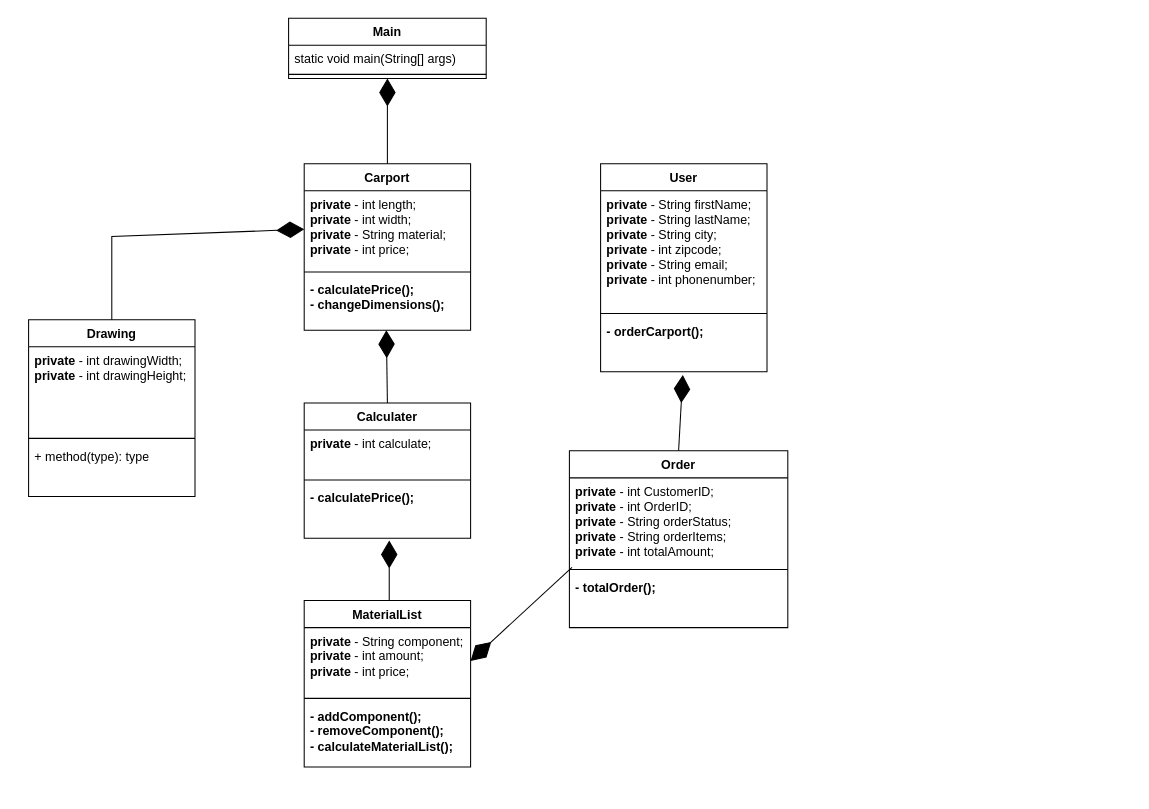
This is src/main/resources/diagrams/Classdiagrams/class diagram.drawio from RodneyMuyanga/2.-semesterprojekt-FOG, a draw.io file, before an edit. Source tidied: cells renumbered, new cells numbered last; positions are measured from the earlier drawing's top-left corner, leaving out a move shared by most shapes. Both pictures are drawn from the tidied source at 104%, with x=0, y=0 at pixel (28, 18).
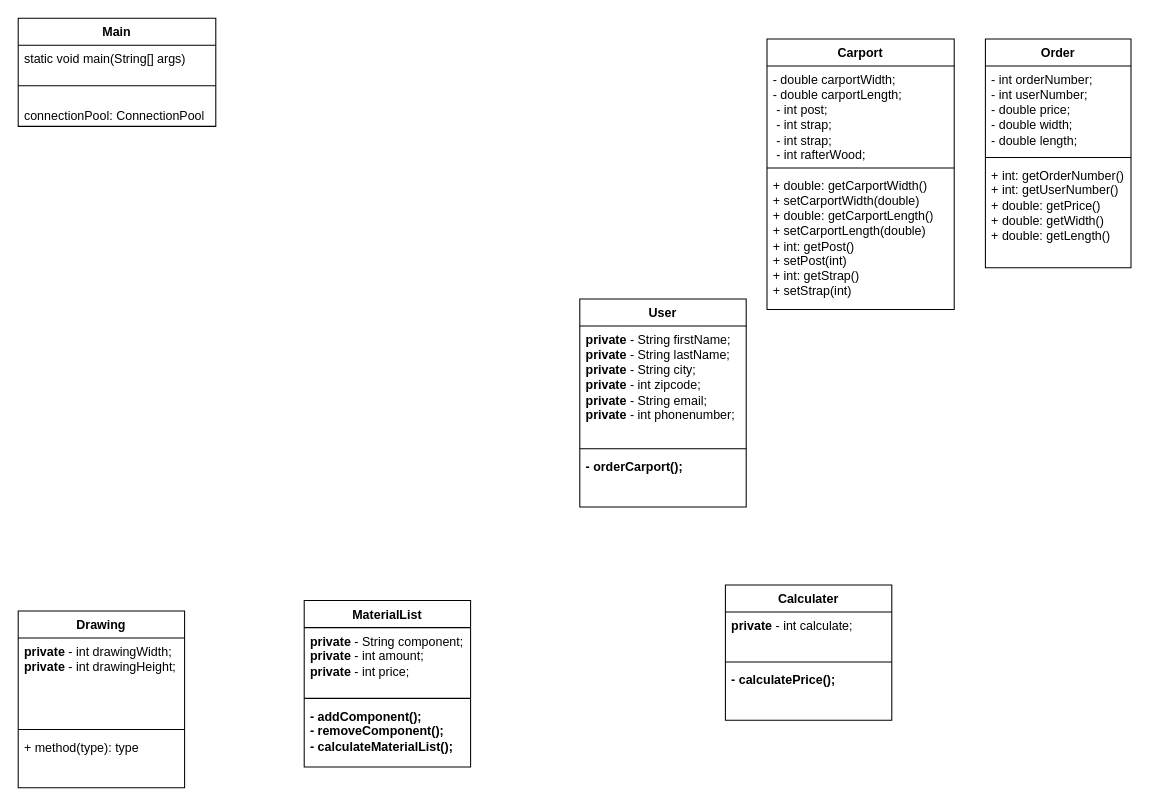
After the change.

Unchanged cells that the change refers to:
```xml
<mxCell id="9" value="&lt;b&gt;- orderCarport();&lt;/b&gt;" style="text;strokeColor=none;fillColor=none;align=left;verticalAlign=top;spacingLeft=4;spacingRight=4;overflow=hidden;points=[[0,0.5],[1,0.5]];portConstraint=eastwest;whiteSpace=wrap;html=1;" parent="6" vertex="1">
  <mxGeometry y="148" width="160" height="52" as="geometry" />
</mxCell>
<mxCell id="10" value="MaterialList" style="swimlane;fontStyle=1;align=center;verticalAlign=top;horizontal=1;startSize=26;whiteSpace=wrap;html=1;" parent="1" vertex="1">
  <mxGeometry x="265" y="560" width="160" height="160" as="geometry" />
</mxCell>
<mxCell id="11" value="&lt;div&gt;&lt;b&gt;private&lt;/b&gt; - String component;&lt;/div&gt;&lt;div&gt;&lt;div&gt;&lt;b&gt;private&lt;/b&gt; - int amount;&lt;/div&gt;&lt;div&gt;&lt;div&gt;&lt;b&gt;private&lt;/b&gt; - int price;&lt;div&gt;&lt;br&gt;&lt;/div&gt;&lt;/div&gt;&lt;/div&gt;&lt;/div&gt;&lt;div&gt;&lt;br&gt;&lt;/div&gt;" style="text;strokeColor=none;fillColor=none;align=left;verticalAlign=top;spacingLeft=4;spacingRight=4;overflow=hidden;points=[[0,0.5],[1,0.5]];portConstraint=eastwest;whiteSpace=wrap;html=1;" parent="10" vertex="1">
  <mxGeometry y="26" width="160" height="64" as="geometry" />
</mxCell>
<mxCell id="17" value="&lt;b&gt;- calculatePrice();&lt;br&gt;&lt;/b&gt;" style="text;strokeColor=none;fillColor=none;align=left;verticalAlign=top;spacingLeft=4;spacingRight=4;overflow=hidden;points=[[0,0.5],[1,0.5]];portConstraint=eastwest;whiteSpace=wrap;html=1;" parent="14" vertex="1">
  <mxGeometry y="78" width="160" height="52" as="geometry" />
</mxCell>
```

Diff of the diagram source:
```diff
@@
     <mxCell id="2" value="Carport" style="swimlane;fontStyle=1;align=center;verticalAlign=top;horizontal=1;startSize=26;whiteSpace=wrap;html=1;" parent="1" vertex="1">
-      <mxGeometry x="265" y="140" width="160" height="160" as="geometry" />
+      <mxGeometry x="710" y="20" width="180" height="260" as="geometry" />
     </mxCell>
-    <mxCell id="3" value="&lt;div&gt;&lt;b&gt;private&lt;/b&gt; - int length;&lt;/div&gt;&lt;div&gt;&lt;div&gt;&lt;b&gt;private&lt;/b&gt; - int width;&lt;/div&gt;&lt;div&gt;&lt;div&gt;&lt;b&gt;private&lt;/b&gt; - String material;&lt;br&gt;&lt;/div&gt;&lt;div&gt;&lt;div&gt;&lt;b&gt;private&lt;/b&gt; - int price;&lt;/div&gt;&lt;div&gt;&lt;br&gt;&lt;/div&gt;&lt;/div&gt;&lt;/div&gt;&lt;/div&gt;&lt;div&gt;&lt;br&gt;&lt;/div&gt;" style="text;strokeColor=none;fillColor=none;align=left;verticalAlign=top;spacingLeft=4;spacingRight=4;overflow=hidden;points=[[0,0.5],[1,0.5]];portConstraint=eastwest;whiteSpace=wrap;html=1;" parent="2" vertex="1">
-      <mxGeometry y="26" width="160" height="74" as="geometry" />
+    <mxCell id="3" value="- double carportWidth;&lt;br&gt;&lt;div&gt;&lt;div&gt;- double carportLength;&lt;br&gt;&lt;/div&gt;&lt;div&gt;&lt;div&gt;&amp;nbsp;- int post;&lt;br&gt;&lt;/div&gt;&lt;div&gt;&lt;div&gt;&amp;nbsp;- int strap;&lt;/div&gt;&lt;div&gt;&amp;nbsp;- int strap;&lt;/div&gt;&lt;/div&gt;&lt;div&gt;&lt;div&gt;&amp;nbsp;- int rafterWood;&lt;/div&gt;&lt;/div&gt;&lt;/div&gt;&lt;/div&gt;&lt;div&gt;&lt;br&gt;&lt;/div&gt;" style="text;strokeColor=none;fillColor=none;align=left;verticalAlign=top;spacingLeft=4;spacingRight=4;overflow=hidden;points=[[0,0.5],[1,0.5]];portConstraint=eastwest;whiteSpace=wrap;html=1;" parent="2" vertex="1">
+      <mxGeometry y="26" width="180" height="94" as="geometry" />
     </mxCell>
     <mxCell id="4" style="line;strokeWidth=1;fillColor=none;align=left;verticalAlign=middle;spacingTop=-1;spacingLeft=3;spacingRight=3;labelPosition=right;strokeColor=inherit;" parent="2" vertex="1">
-      <mxGeometry y="100" width="160" height="8" as="geometry" />
+      <mxGeometry y="120" width="180" height="8" as="geometry" />
     </mxCell>
-    <mxCell id="5" value="&lt;div&gt;&lt;b&gt;- calculatePrice();&lt;/b&gt;&lt;/div&gt;&lt;div&gt;&lt;b&gt;- changeDimensions();&lt;br&gt;&lt;/b&gt;&lt;/div&gt;" style="text;strokeColor=none;fillColor=none;align=left;verticalAlign=top;spacingLeft=4;spacingRight=4;overflow=hidden;whiteSpace=wrap;html=1;" parent="2" vertex="1">
-      <mxGeometry y="108" width="160" height="52" as="geometry" />
+    <mxCell id="5" value="&lt;div&gt;+ double: getCarportWidth()&lt;/div&gt;&lt;div&gt;+ setCarportWidth(double)&lt;br&gt;&lt;/div&gt;&lt;div&gt;&lt;div&gt;+ double: getCarportLength()&lt;/div&gt;&lt;div&gt;+ setCarportLength(double)&lt;/div&gt;&lt;div&gt;&lt;div&gt;+ int: getPost()&lt;/div&gt;&lt;div&gt;+ setPost(int)&lt;/div&gt;&lt;div&gt;&lt;div&gt;+ int: getStrap()&lt;br&gt;&lt;/div&gt;&lt;div&gt;+ setStrap(int)&lt;br&gt;&lt;/div&gt;&lt;/div&gt;&lt;/div&gt;&lt;/div&gt;" style="text;strokeColor=none;fillColor=none;align=left;verticalAlign=top;spacingLeft=4;spacingRight=4;overflow=hidden;whiteSpace=wrap;html=1;" parent="2" vertex="1">
+      <mxGeometry y="128" width="180" height="132" as="geometry" />
     </mxCell>
     <mxCell id="6" value="User" style="swimlane;fontStyle=1;align=center;verticalAlign=top;horizontal=1;startSize=26;whiteSpace=wrap;html=1;" parent="1" vertex="1">
-      <mxGeometry x="550" y="140" width="160" height="200" as="geometry" />
+      <mxGeometry x="530" y="270" width="160" height="200" as="geometry" />
     </mxCell>
@@
     <mxCell id="14" value="Calculater" style="swimlane;fontStyle=1;align=center;verticalAlign=top;horizontal=1;startSize=26;whiteSpace=wrap;html=1;" parent="1" vertex="1">
-      <mxGeometry x="265" y="370" width="160" height="130" as="geometry" />
+      <mxGeometry x="670" y="545" width="160" height="130" as="geometry" />
     </mxCell>
@@
     <mxCell id="18" value="Order" style="swimlane;fontStyle=1;align=center;verticalAlign=top;horizontal=1;startSize=26;whiteSpace=wrap;html=1;" parent="1" vertex="1">
-      <mxGeometry x="520" y="416" width="210" height="170" as="geometry" />
+      <mxGeometry x="920" y="20" width="140" height="220" as="geometry" />
     </mxCell>
-    <mxCell id="19" value="&lt;div&gt;&lt;div&gt;&lt;b&gt;private&lt;/b&gt; - int CustomerID;&lt;/div&gt;&lt;/div&gt;&lt;div&gt;&lt;div&gt;&lt;b&gt;private&lt;/b&gt; - int OrderID;&lt;/div&gt;&lt;div&gt;&lt;b&gt;private&lt;/b&gt; - String orderStatus;&lt;/div&gt;&lt;div&gt;&lt;b&gt;private&lt;/b&gt; - String orderItems;&lt;/div&gt;&lt;div&gt;&lt;b&gt;private&lt;/b&gt; - int totalAmount;&lt;/div&gt;&lt;/div&gt;" style="text;strokeColor=none;fillColor=none;align=left;verticalAlign=top;spacingLeft=4;spacingRight=4;overflow=hidden;whiteSpace=wrap;html=1;" parent="18" vertex="1">
-      <mxGeometry y="26" width="210" height="84" as="geometry" />
+    <mxCell id="19" value="&lt;div&gt;- int orderNumber;&lt;/div&gt;&lt;div&gt;- int userNumber;&lt;/div&gt;&lt;div&gt;- double price;&lt;/div&gt;&lt;div&gt;- double width;&lt;/div&gt;&lt;div&gt;- double length;&lt;br&gt;&lt;/div&gt;" style="text;strokeColor=none;fillColor=none;align=left;verticalAlign=top;spacingLeft=4;spacingRight=4;overflow=hidden;whiteSpace=wrap;html=1;" parent="18" vertex="1">
+      <mxGeometry y="26" width="140" height="84" as="geometry" />
     </mxCell>
     <mxCell id="20" style="line;strokeWidth=1;fillColor=none;align=left;verticalAlign=middle;spacingTop=-1;spacingLeft=3;spacingRight=3;labelPosition=right;points=[];portConstraint=eastwest;strokeColor=inherit;" parent="18" vertex="1">
-      <mxGeometry y="110" width="210" height="8" as="geometry" />
+      <mxGeometry y="110" width="140" height="8" as="geometry" />
     </mxCell>
-    <mxCell id="21" value="&lt;div&gt;&lt;b&gt;- totalOrder();&lt;/b&gt;&lt;/div&gt;" style="text;strokeColor=none;fillColor=none;align=left;verticalAlign=top;spacingLeft=4;spacingRight=4;overflow=hidden;whiteSpace=wrap;html=1;" parent="18" vertex="1">
-      <mxGeometry y="118" width="210" height="52" as="geometry" />
+    <mxCell id="21" value="&lt;div&gt;+ int: getOrderNumber()&lt;/div&gt;&lt;div&gt;+ int: getUserNumber()&lt;/div&gt;&lt;div&gt;+ double: getPrice()&lt;/div&gt;&lt;div&gt;+ double: getWidth()&lt;/div&gt;&lt;div&gt;+ double: getLength()&lt;/div&gt;" style="text;strokeColor=none;fillColor=none;align=left;verticalAlign=top;spacingLeft=4;spacingRight=4;overflow=hidden;whiteSpace=wrap;html=1;" parent="18" vertex="1">
+      <mxGeometry y="118" width="140" height="102" as="geometry" />
     </mxCell>
     <mxCell id="22" value="Drawing" style="swimlane;fontStyle=1;align=center;verticalAlign=top;horizontal=1;startSize=26;whiteSpace=wrap;html=1;" parent="1" vertex="1">
-      <mxGeometry y="290" width="160" height="170" as="geometry" />
+      <mxGeometry x="-10" y="570" width="160" height="170" as="geometry" />
     </mxCell>
@@
     <mxCell id="26" value="Main" style="swimlane;fontStyle=1;align=center;verticalAlign=top;horizontal=1;startSize=26;whiteSpace=wrap;html=1;" parent="1" vertex="1">
-      <mxGeometry x="250" width="190" height="58" as="geometry" />
+      <mxGeometry x="-10" width="190" height="104" as="geometry" />
     </mxCell>
@@
     <mxCell id="28" style="line;strokeWidth=1;fillColor=none;align=left;verticalAlign=middle;spacingTop=-1;spacingLeft=3;spacingRight=3;labelPosition=right;strokeColor=inherit;" parent="26" vertex="1">
-      <mxGeometry y="50" width="190" height="8" as="geometry" />
+      <mxGeometry y="50" width="190" height="30" as="geometry" />
     </mxCell>
-    <mxCell id="29" style="endArrow=diamondThin;endFill=1;endSize=24;html=1;rounded=0;entryX=0.5;entryY=1;entryDx=0;entryDy=0;exitX=0.5;exitY=0;exitDx=0;exitDy=0;" parent="1" edge="1" source="2" target="26">
-      <mxGeometry relative="1" as="geometry" />
-    </mxCell>
-    <mxCell id="30" style="endArrow=diamondThin;endFill=1;endSize=24;html=1;rounded=0;exitX=0.5;exitY=0;exitDx=0;exitDy=0;entryX=0;entryY=0.5;entryDx=0;entryDy=0;" parent="1" edge="1" source="22" target="3">
-      <mxGeometry relative="1" as="geometry">
-        <Array as="points">
-          <mxPoint x="80" y="210" />
-        </Array>
-      </mxGeometry>
-    </mxCell>
-    <mxCell id="31" style="endArrow=diamondThin;endFill=1;endSize=24;html=1;rounded=0;exitX=0.511;exitY=0;exitDx=0;exitDy=0;entryX=0.511;entryY=1.043;entryDx=0;entryDy=0;entryPerimeter=0;exitPerimeter=0;" parent="1" edge="1" source="10" target="17">
-      <mxGeometry relative="1" as="geometry" />
-    </mxCell>
-    <mxCell id="32" style="endArrow=diamondThin;endFill=1;endSize=24;html=1;rounded=0;exitX=0.5;exitY=0;exitDx=0;exitDy=0;entryX=0.494;entryY=1.058;entryDx=0;entryDy=0;entryPerimeter=0;" parent="1" edge="1" source="18" target="9">
-      <mxGeometry relative="1" as="geometry" />
-    </mxCell>
-    <mxCell id="33" style="endArrow=diamondThin;endFill=1;endSize=24;html=1;rounded=0;exitX=0.012;exitY=0.25;exitDx=0;exitDy=0;entryX=1;entryY=0.5;entryDx=0;entryDy=0;exitPerimeter=0;" parent="1" edge="1" source="20" target="11">
-      <mxGeometry relative="1" as="geometry" />
-    </mxCell>
-    <mxCell id="34" style="endArrow=diamondThin;endFill=1;endSize=24;html=1;rounded=0;exitX=0.5;exitY=0;exitDx=0;exitDy=0;" parent="1" edge="1" source="14">
-      <mxGeometry relative="1" as="geometry">
-        <mxPoint x="344" y="300" as="targetPoint" />
-      </mxGeometry>
-    </mxCell>
+    <mxCell id="35" value="connectionPool: ConnectionPool" style="text;strokeColor=none;fillColor=none;align=left;verticalAlign=top;spacingLeft=4;spacingRight=4;overflow=hidden;whiteSpace=wrap;html=1;" parent="26" vertex="1">
+      <mxGeometry y="80" width="190" height="24" as="geometry" />
+    </mxCell>
```
